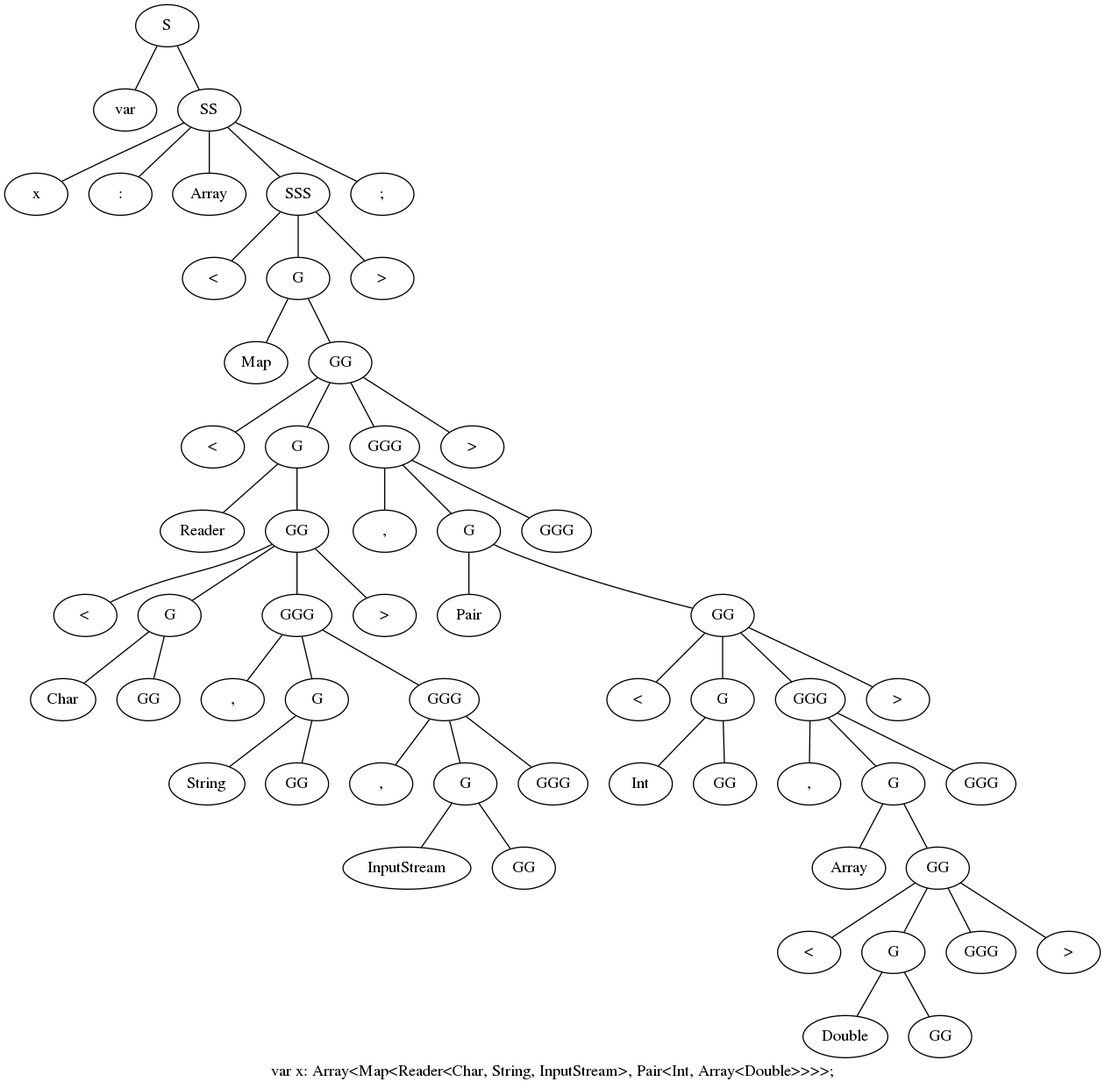
Earlier version of the Graphviz export graphs/complex.dot.png (Garuda-1/MT_HW2). Its source is kept beside it as graphs/complex.dot. Its diagram source:
```dot
graph ""
	{
	label="var x: Array<Map<Reader<Char, String, InputStream>, Pair<Int, Array<Double>>>>;"

	n000 ;
	n000 [label="S"] ;
	n000 -- n001 ;
	n000 -- n002 ;
	n001 [label="var"] ;
	n002 [label="SS"] ;
	n002 -- n003 ;
	n002 -- n004 ;
	n002 -- n005 ;
	n002 -- n006 ;
	n002 -- n007 ;
	n003 [label="x"] ;
	n004 [label=":"] ;
	n005 [label="Array"] ;
	n006 [label="SSS"] ;
	n006 -- n008 ;
	n006 -- n009 ;
	n006 -- n010 ;
	n007 [label=";"] ;
	n008 [label="<"] ;
	n009 [label="G"] ;
	n009 -- n011 ;
	n009 -- n012 ;
	n010 [label=">"] ;
	n011 [label="Map"] ;
	n012 [label="GG"] ;
	n012 -- n013 ;
	n012 -- n014 ;
	n012 -- n015 ;
	n012 -- n016 ;
	n013 [label="<"] ;
	n014 [label="G"] ;
	n014 -- n017 ;
	n014 -- n018 ;
	n015 [label="GGG"] ;
	n015 -- n019 ;
	n015 -- n020 ;
	n015 -- n021 ;
	n016 [label=">"] ;
	n017 [label="Reader"] ;
	n018 [label="GG"] ;
	n018 -- n022 ;
	n018 -- n023 ;
	n018 -- n024 ;
	n018 -- n025 ;
	n019 [label=","] ;
	n020 [label="G"] ;
	n020 -- n026 ;
	n020 -- n027 ;
	n021 [label="GGG"] ;
	n022 [label="<"] ;
	n023 [label="G"] ;
	n023 -- n028 ;
	n023 -- n029 ;
	n024 [label="GGG"] ;
	n024 -- n030 ;
	n024 -- n031 ;
	n024 -- n032 ;
	n025 [label=">"] ;
	n026 [label="Pair"] ;
	n027 [label="GG"] ;
	n027 -- n033 ;
	n027 -- n034 ;
	n027 -- n035 ;
	n027 -- n036 ;
	n028 [label="Char"] ;
	n029 [label="GG"] ;
	n030 [label=","] ;
	n031 [label="G"] ;
	n031 -- n037 ;
	n031 -- n038 ;
	n032 [label="GGG"] ;
	n032 -- n039 ;
	n032 -- n040 ;
	n032 -- n041 ;
	n033 [label="<"] ;
	n034 [label="G"] ;
	n034 -- n042 ;
	n034 -- n043 ;
	n035 [label="GGG"] ;
	n035 -- n044 ;
	n035 -- n045 ;
	n035 -- n046 ;
	n036 [label=">"] ;
	n037 [label="String"] ;
	n038 [label="GG"] ;
	n039 [label=","] ;
	n040 [label="G"] ;
	n040 -- n047 ;
	n040 -- n048 ;
	n041 [label="GGG"] ;
	n042 [label="Int"] ;
	n043 [label="GG"] ;
	n044 [label=","] ;
	n045 [label="G"] ;
	n045 -- n049 ;
	n045 -- n050 ;
	n046 [label="GGG"] ;
	n047 [label="InputStream"] ;
	n048 [label="GG"] ;
	n049 [label="Array"] ;
	n050 [label="GG"] ;
	n050 -- n051 ;
	n050 -- n052 ;
	n050 -- n053 ;
	n050 -- n054 ;
	n051 [label="<"] ;
	n052 [label="G"] ;
	n052 -- n055 ;
	n052 -- n056 ;
	n053 [label="GGG"] ;
	n054 [label=">"] ;
	n055 [label="Double"] ;
	n056 [label="GG"] ;
	}
```
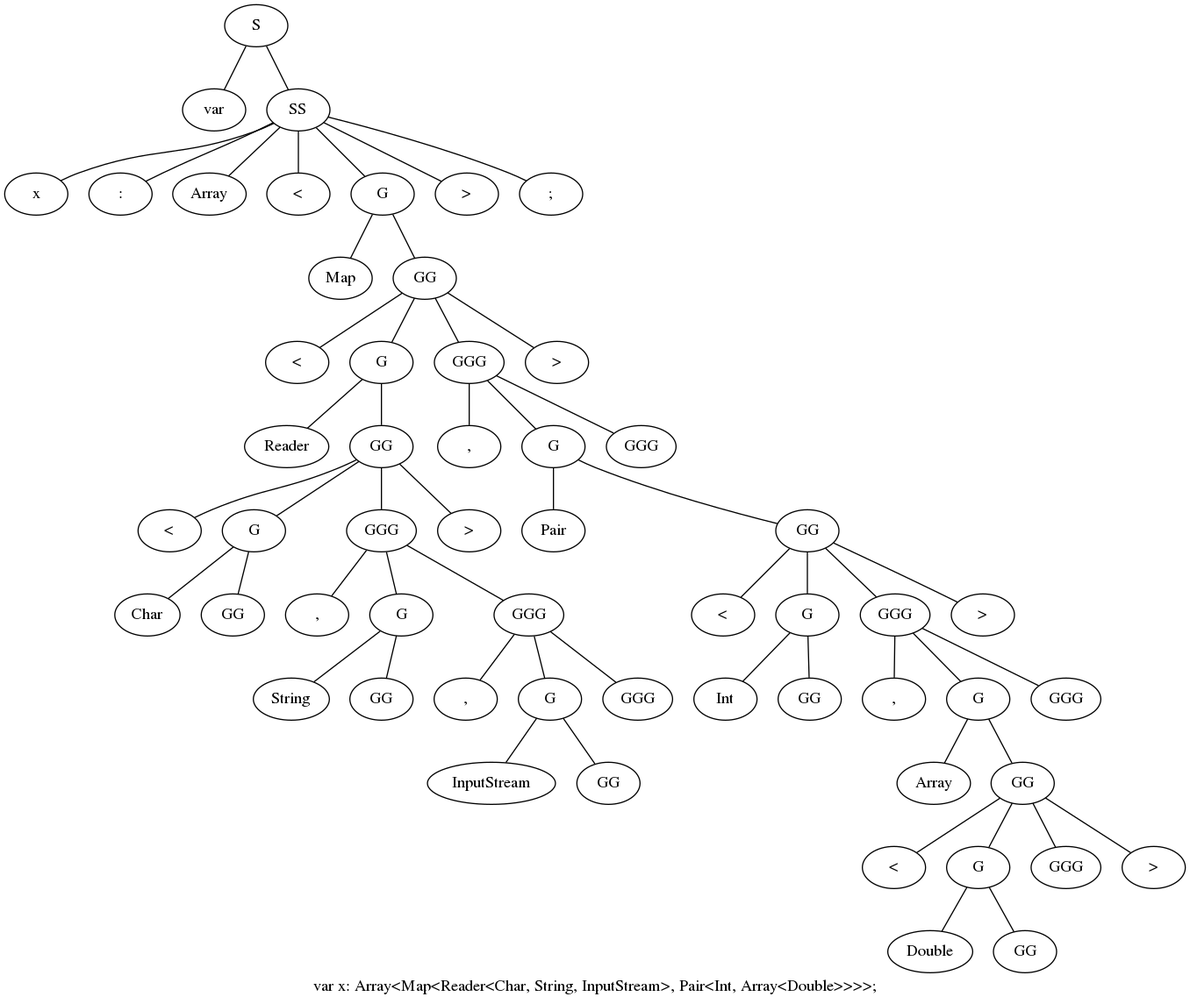
The same file after the commit.

Change to the diagram source:
```diff
@@ -13,107 +13,105 @@
 	n002 -- n005 ;
 	n002 -- n006 ;
 	n002 -- n007 ;
+	n002 -- n008 ;
+	n002 -- n009 ;
 	n003 [label="x"] ;
 	n004 [label=":"] ;
 	n005 [label="Array"] ;
-	n006 [label="SSS"] ;
-	n006 -- n008 ;
-	n006 -- n009 ;
-	n006 -- n010 ;
-	n007 [label=";"] ;
-	n008 [label="<"] ;
-	n009 [label="G"] ;
-	n009 -- n011 ;
-	n009 -- n012 ;
-	n010 [label=">"] ;
-	n011 [label="Map"] ;
-	n012 [label="GG"] ;
-	n012 -- n013 ;
-	n012 -- n014 ;
-	n012 -- n015 ;
-	n012 -- n016 ;
-	n013 [label="<"] ;
-	n014 [label="G"] ;
-	n014 -- n017 ;
+	n006 [label="<"] ;
+	n007 [label="G"] ;
+	n007 -- n010 ;
+	n007 -- n011 ;
+	n008 [label=">"] ;
+	n009 [label=";"] ;
+	n010 [label="Map"] ;
+	n011 [label="GG"] ;
+	n011 -- n012 ;
+	n011 -- n013 ;
+	n011 -- n014 ;
+	n011 -- n015 ;
+	n012 [label="<"] ;
+	n013 [label="G"] ;
+	n013 -- n016 ;
+	n013 -- n017 ;
+	n014 [label="GGG"] ;
 	n014 -- n018 ;
-	n015 [label="GGG"] ;
-	n015 -- n019 ;
-	n015 -- n020 ;
-	n015 -- n021 ;
-	n016 [label=">"] ;
-	n017 [label="Reader"] ;
-	n018 [label="GG"] ;
-	n018 -- n022 ;
-	n018 -- n023 ;
-	n018 -- n024 ;
-	n018 -- n025 ;
-	n019 [label=","] ;
-	n020 [label="G"] ;
-	n020 -- n026 ;
-	n020 -- n027 ;
-	n021 [label="GGG"] ;
-	n022 [label="<"] ;
-	n023 [label="G"] ;
-	n023 -- n028 ;
+	n014 -- n019 ;
+	n014 -- n020 ;
+	n015 [label=">"] ;
+	n016 [label="Reader"] ;
+	n017 [label="GG"] ;
+	n017 -- n021 ;
+	n017 -- n022 ;
+	n017 -- n023 ;
+	n017 -- n024 ;
+	n018 [label=","] ;
+	n019 [label="G"] ;
+	n019 -- n025 ;
+	n019 -- n026 ;
+	n020 [label="GGG"] ;
+	n021 [label="<"] ;
+	n022 [label="G"] ;
+	n022 -- n027 ;
+	n022 -- n028 ;
+	n023 [label="GGG"] ;
 	n023 -- n029 ;
-	n024 [label="GGG"] ;
-	n024 -- n030 ;
-	n024 -- n031 ;
-	n024 -- n032 ;
-	n025 [label=">"] ;
-	n026 [label="Pair"] ;
-	n027 [label="GG"] ;
-	n027 -- n033 ;
-	n027 -- n034 ;
-	n027 -- n035 ;
-	n027 -- n036 ;
-	n028 [label="Char"] ;
-	n029 [label="GG"] ;
-	n030 [label=","] ;
-	n031 [label="G"] ;
-	n031 -- n037 ;
+	n023 -- n030 ;
+	n023 -- n031 ;
+	n024 [label=">"] ;
+	n025 [label="Pair"] ;
+	n026 [label="GG"] ;
+	n026 -- n032 ;
+	n026 -- n033 ;
+	n026 -- n034 ;
+	n026 -- n035 ;
+	n027 [label="Char"] ;
+	n028 [label="GG"] ;
+	n029 [label=","] ;
+	n030 [label="G"] ;
+	n030 -- n036 ;
+	n030 -- n037 ;
+	n031 [label="GGG"] ;
 	n031 -- n038 ;
-	n032 [label="GGG"] ;
-	n032 -- n039 ;
-	n032 -- n040 ;
-	n032 -- n041 ;
-	n033 [label="<"] ;
-	n034 [label="G"] ;
-	n034 -- n042 ;
+	n031 -- n039 ;
+	n031 -- n040 ;
+	n032 [label="<"] ;
+	n033 [label="G"] ;
+	n033 -- n041 ;
+	n033 -- n042 ;
+	n034 [label="GGG"] ;
 	n034 -- n043 ;
-	n035 [label="GGG"] ;
-	n035 -- n044 ;
-	n035 -- n045 ;
-	n035 -- n046 ;
-	n036 [label=">"] ;
-	n037 [label="String"] ;
-	n038 [label="GG"] ;
-	n039 [label=","] ;
-	n040 [label="G"] ;
-	n040 -- n047 ;
-	n040 -- n048 ;
-	n041 [label="GGG"] ;
-	n042 [label="Int"] ;
-	n043 [label="GG"] ;
-	n044 [label=","] ;
-	n045 [label="G"] ;
-	n045 -- n049 ;
-	n045 -- n050 ;
-	n046 [label="GGG"] ;
-	n047 [label="InputStream"] ;
-	n048 [label="GG"] ;
-	n049 [label="Array"] ;
-	n050 [label="GG"] ;
-	n050 -- n051 ;
-	n050 -- n052 ;
-	n050 -- n053 ;
-	n050 -- n054 ;
-	n051 [label="<"] ;
-	n052 [label="G"] ;
-	n052 -- n055 ;
-	n052 -- n056 ;
-	n053 [label="GGG"] ;
-	n054 [label=">"] ;
-	n055 [label="Double"] ;
-	n056 [label="GG"] ;
+	n034 -- n044 ;
+	n034 -- n045 ;
+	n035 [label=">"] ;
+	n036 [label="String"] ;
+	n037 [label="GG"] ;
+	n038 [label=","] ;
+	n039 [label="G"] ;
+	n039 -- n046 ;
+	n039 -- n047 ;
+	n040 [label="GGG"] ;
+	n041 [label="Int"] ;
+	n042 [label="GG"] ;
+	n043 [label=","] ;
+	n044 [label="G"] ;
+	n044 -- n048 ;
+	n044 -- n049 ;
+	n045 [label="GGG"] ;
+	n046 [label="InputStream"] ;
+	n047 [label="GG"] ;
+	n048 [label="Array"] ;
+	n049 [label="GG"] ;
+	n049 -- n050 ;
+	n049 -- n051 ;
+	n049 -- n052 ;
+	n049 -- n053 ;
+	n050 [label="<"] ;
+	n051 [label="G"] ;
+	n051 -- n054 ;
+	n051 -- n055 ;
+	n052 [label="GGG"] ;
+	n053 [label=">"] ;
+	n054 [label="Double"] ;
+	n055 [label="GG"] ;
 	}
```
